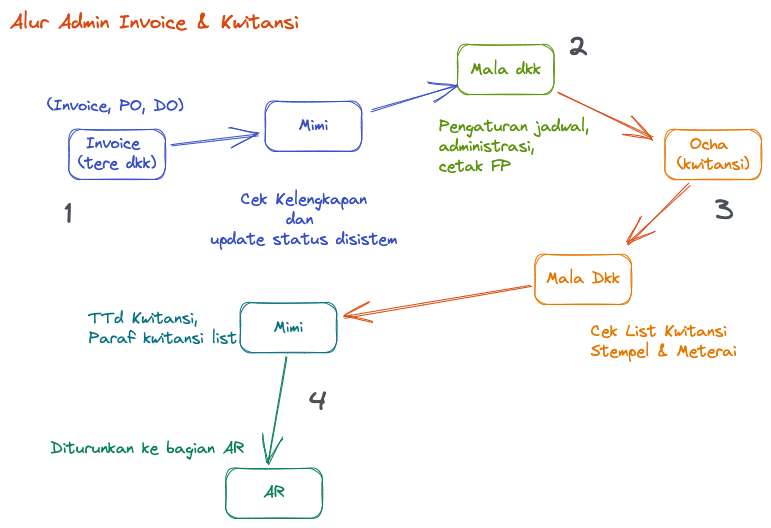
The Excalidraw diagram docs/img/arinv001.excalidraw.png in andyut/itdocs, before a commit. Source tidied: one line per element, renumbered; positions are measured from the earlier drawing's top-left corner, leaving out a move shared by most shapes. The source it was exported from:
```json
{"id": 0, "type": "rectangle", "strokeColor": "#364fc7", "strokeWidth": 1, "roughness": 1, "round": true, "x": 59, "y": 119, "width": 97, "height": 50}
{"id": 1, "type": "text", "text": "Invoice \n(tere dkk)", "strokeColor": "#364fc7", "strokeWidth": 1, "roughness": 1, "fontSize": 16, "fontFamily": 1, "textAlign": "center", "verticalAlign": "middle", "inside": 0, "x": 68, "y": 124, "width": 78, "height": 40}
{"id": 2, "type": "rectangle", "strokeColor": "#364fc7", "strokeWidth": 1, "roughness": 1, "round": true, "x": 255, "y": 91, "width": 97, "height": 50}
{"id": 3, "type": "text", "text": "Mimi", "strokeColor": "#364fc7", "strokeWidth": 1, "roughness": 1, "fontSize": 16, "fontFamily": 1, "textAlign": "center", "verticalAlign": "middle", "inside": 2, "x": 289, "y": 106, "width": 29, "height": 20}
{"id": 4, "type": "arrow", "strokeColor": "#364fc7", "strokeWidth": 1, "roughness": 1, "endArrowhead": "arrow", "round": true, "from": 0, "to": 2, "x": 161, "y": 136, "width": 87, "height": 11, "points": [[0, 0], [87, -11]]}
{"id": 5, "type": "text", "text": "(Invoice, PO, DO)", "strokeColor": "#364fc7", "angle": 0.01, "strokeWidth": 1, "roughness": 1, "fontSize": 16, "fontFamily": 1, "x": 37, "y": 86, "width": 136, "height": 20}
{"id": 6, "type": "text", "text": "Cek Kelengkapan\ndan \nupdate status disistem", "strokeColor": "#364fc7", "strokeWidth": 1, "roughness": 1, "fontSize": 16, "fontFamily": 1, "textAlign": "center", "x": 200, "y": 180, "width": 187, "height": 60}
{"id": 7, "type": "rectangle", "strokeColor": "#5c940d", "strokeWidth": 1, "roughness": 1, "round": true, "x": 448, "y": 35, "width": 97, "height": 50}
{"id": 8, "type": "text", "text": "Mala dkk", "strokeColor": "#5c940d", "strokeWidth": 1, "roughness": 1, "fontSize": 16, "fontFamily": 1, "textAlign": "center", "verticalAlign": "middle", "inside": 7, "x": 461, "y": 50, "width": 70, "height": 20}
{"id": 9, "type": "arrow", "strokeColor": "#364fc7", "strokeWidth": 1, "roughness": 1, "endArrowhead": "arrow", "round": true, "from": 2, "to": 7, "x": 361, "y": 100, "width": 86, "height": 25, "points": [[0, 0], [86, -25]]}
{"id": 10, "type": "text", "text": "Pengaturan jadwal, \nadministrasi,\ncetak FP", "strokeColor": "#5c940d", "strokeWidth": 1, "roughness": 1, "fontSize": 16, "fontFamily": 1, "x": 429, "y": 107, "width": 158, "height": 60}
{"id": 11, "type": "rectangle", "strokeColor": "#e67700", "strokeWidth": 1, "roughness": 1, "round": true, "x": 655, "y": 120, "width": 97, "height": 50}
{"id": 12, "type": "text", "text": "Ocha \n(kwitansi)", "strokeColor": "#e67700", "strokeWidth": 1, "roughness": 1, "fontSize": 16, "fontFamily": 1, "textAlign": "center", "verticalAlign": "middle", "inside": 11, "x": 667, "y": 125, "width": 72, "height": 40}
{"id": 13, "type": "text", "text": "Alur Admin Invoice & Kwitansi", "strokeColor": "#d9480f", "strokeWidth": 1, "roughness": 1, "fontSize": 20, "fontFamily": 1, "x": 0, "y": 0, "width": 289, "height": 25}
{"id": 14, "type": "arrow", "strokeColor": "#d9480f", "strokeWidth": 1, "roughness": 1, "endArrowhead": "arrow", "round": true, "from": 7, "to": 11, "x": 548, "y": 83, "width": 96, "height": 44, "points": [[0, 0], [96, 44]]}
{"id": 15, "type": "rectangle", "strokeColor": "#e67700", "strokeWidth": 1, "roughness": 1, "round": true, "x": 525, "y": 244, "width": 97, "height": 50}
{"id": 16, "type": "text", "text": "Mala Dkk", "strokeColor": "#e67700", "strokeWidth": 1, "roughness": 1, "fontSize": 16, "fontFamily": 1, "textAlign": "center", "verticalAlign": "middle", "inside": 15, "x": 536, "y": 259, "width": 74, "height": 20}
{"id": 17, "type": "text", "text": "Cek List Kwitansi\nStempel & Meterai", "strokeColor": "#e67700", "strokeWidth": 1, "roughness": 1, "fontSize": 16, "fontFamily": 1, "x": 581, "y": 312, "width": 146, "height": 40}
{"id": 18, "type": "arrow", "strokeColor": "#d9480f", "strokeWidth": 1, "roughness": 1, "endArrowhead": "arrow", "round": true, "from": 11, "to": 15, "x": 680, "y": 174, "width": 62, "height": 61, "points": [[0, 0], [-62, 61]]}
{"id": 19, "type": "rectangle", "strokeColor": "#0b7285", "strokeWidth": 1, "roughness": 1, "round": true, "x": 230, "y": 293, "width": 97, "height": 50}
{"id": 20, "type": "text", "text": "Mimi", "strokeColor": "#0b7285", "strokeWidth": 1, "roughness": 1, "fontSize": 16, "fontFamily": 1, "textAlign": "center", "verticalAlign": "middle", "inside": 19, "x": 264, "y": 308, "width": 29, "height": 20}
{"id": 21, "type": "arrow", "strokeColor": "#d9480f", "strokeWidth": 1, "roughness": 1, "endArrowhead": "arrow", "round": true, "from": 15, "to": 19, "x": 522, "y": 276, "width": 187, "height": 31, "points": [[0, 0], [-187, 31]]}
{"id": 22, "type": "text", "text": "TTd Kwitansi, \nParaf kwitansi list", "strokeColor": "#0b7285", "strokeWidth": 1, "roughness": 1, "fontSize": 16, "fontFamily": 1, "x": 79, "y": 299, "width": 148, "height": 40}
{"id": 23, "type": "text", "text": "1", "strokeColor": "#495057", "strokeWidth": 1, "roughness": 1, "fontSize": 28, "fontFamily": 1, "textAlign": "center", "x": 55, "y": 187, "width": 8, "height": 35}
{"id": 24, "type": "text", "text": "2", "strokeColor": "#495057", "strokeWidth": 1, "roughness": 1, "fontSize": 28, "fontFamily": 1, "textAlign": "center", "x": 558, "y": 20, "width": 20, "height": 35}
{"id": 25, "type": "text", "text": "3", "strokeColor": "#495057", "strokeWidth": 1, "roughness": 1, "fontSize": 28, "fontFamily": 1, "textAlign": "center", "x": 705, "y": 183, "width": 19, "height": 35}
{"id": 26, "type": "text", "text": "4", "strokeColor": "#495057", "strokeWidth": 1, "roughness": 1, "fontSize": 28, "fontFamily": 1, "textAlign": "center", "x": 299, "y": 375, "width": 18, "height": 35}
{"id": 27, "type": "rectangle", "strokeColor": "#087f5b", "strokeWidth": 1, "roughness": 1, "round": true, "x": 216, "y": 458, "width": 97, "height": 50}
{"id": 28, "type": "text", "text": "AR", "strokeColor": "#087f5b", "strokeWidth": 1, "roughness": 1, "fontSize": 16, "fontFamily": 1, "textAlign": "center", "verticalAlign": "middle", "inside": 27, "x": 253, "y": 473, "width": 21, "height": 20}
{"id": 29, "type": "arrow", "strokeColor": "#087f5b", "strokeWidth": 1, "roughness": 1, "endArrowhead": "arrow", "round": true, "from": 19, "to": 27, "x": 276, "y": 347, "width": 18, "height": 107, "points": [[0, 0], [-18, 107]]}
{"id": 30, "type": "text", "text": "Diturunkan ke bagian AR", "strokeColor": "#087f5b", "strokeWidth": 1, "roughness": 1, "fontSize": 16, "fontFamily": 1, "textAlign": "center", "x": 41, "y": 429, "width": 194, "height": 20}
```
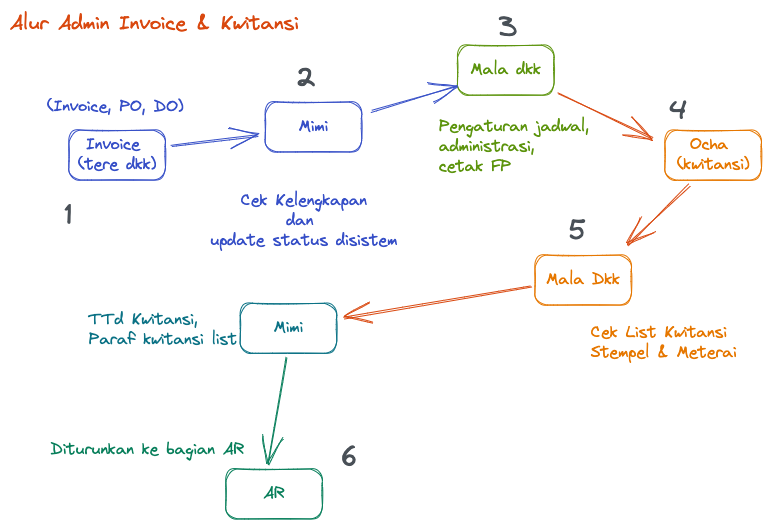
The same diagram one commit later.

Change to the diagram source:
```diff
@@ -22,10 +22,12 @@
 {"id": 21, "type": "arrow", "strokeColor": "#d9480f", "strokeWidth": 1, "roughness": 1, "endArrowhead": "arrow", "round": true, "from": 15, "to": 19, "x": 522, "y": 276, "width": 187, "height": 31, "points": [[0, 0], [-187, 31]]}
 {"id": 22, "type": "text", "text": "TTd Kwitansi, \nParaf kwitansi list", "strokeColor": "#0b7285", "strokeWidth": 1, "roughness": 1, "fontSize": 16, "fontFamily": 1, "x": 79, "y": 299, "width": 148, "height": 40}
 {"id": 23, "type": "text", "text": "1", "strokeColor": "#495057", "strokeWidth": 1, "roughness": 1, "fontSize": 28, "fontFamily": 1, "textAlign": "center", "x": 55, "y": 187, "width": 8, "height": 35}
-{"id": 24, "type": "text", "text": "2", "strokeColor": "#495057", "strokeWidth": 1, "roughness": 1, "fontSize": 28, "fontFamily": 1, "textAlign": "center", "x": 558, "y": 20, "width": 20, "height": 35}
+{"id": 24, "type": "text", "text": "2", "strokeColor": "#495057", "strokeWidth": 1, "roughness": 1, "fontSize": 28, "fontFamily": 1, "textAlign": "center", "x": 286, "y": 51, "width": 20, "height": 35}
-{"id": 25, "type": "text", "text": "3", "strokeColor": "#495057", "strokeWidth": 1, "roughness": 1, "fontSize": 28, "fontFamily": 1, "textAlign": "center", "x": 705, "y": 183, "width": 19, "height": 35}
+{"id": 25, "type": "text", "text": "3", "strokeColor": "#495057", "strokeWidth": 1, "roughness": 1, "fontSize": 28, "fontFamily": 1, "textAlign": "center", "x": 488, "y": -1, "width": 19, "height": 35}
-{"id": 26, "type": "text", "text": "4", "strokeColor": "#495057", "strokeWidth": 1, "roughness": 1, "fontSize": 28, "fontFamily": 1, "textAlign": "center", "x": 299, "y": 375, "width": 18, "height": 35}
+{"id": 26, "type": "text", "text": "4", "strokeColor": "#495057", "strokeWidth": 1, "roughness": 1, "fontSize": 28, "fontFamily": 1, "textAlign": "center", "x": 659, "y": 84, "width": 18, "height": 35}
 {"id": 27, "type": "rectangle", "strokeColor": "#087f5b", "strokeWidth": 1, "roughness": 1, "round": true, "x": 216, "y": 458, "width": 97, "height": 50}
 {"id": 28, "type": "text", "text": "AR", "strokeColor": "#087f5b", "strokeWidth": 1, "roughness": 1, "fontSize": 16, "fontFamily": 1, "textAlign": "center", "verticalAlign": "middle", "inside": 27, "x": 253, "y": 473, "width": 21, "height": 20}
 {"id": 29, "type": "arrow", "strokeColor": "#087f5b", "strokeWidth": 1, "roughness": 1, "endArrowhead": "arrow", "round": true, "from": 19, "to": 27, "x": 276, "y": 347, "width": 18, "height": 107, "points": [[0, 0], [-18, 107]]}
 {"id": 30, "type": "text", "text": "Diturunkan ke bagian AR", "strokeColor": "#087f5b", "strokeWidth": 1, "roughness": 1, "fontSize": 16, "fontFamily": 1, "textAlign": "center", "x": 41, "y": 429, "width": 194, "height": 20}
+{"id": 31, "type": "text", "text": "6", "strokeColor": "#495057", "strokeWidth": 1, "roughness": 1, "fontSize": 28, "fontFamily": 1, "textAlign": "center", "x": 331, "y": 431, "width": 18, "height": 35}
+{"id": 32, "type": "text", "text": "5", "strokeColor": "#495057", "strokeWidth": 1, "roughness": 1, "fontSize": 28, "fontFamily": 1, "textAlign": "center", "x": 559, "y": 202, "width": 17, "height": 35}
```
